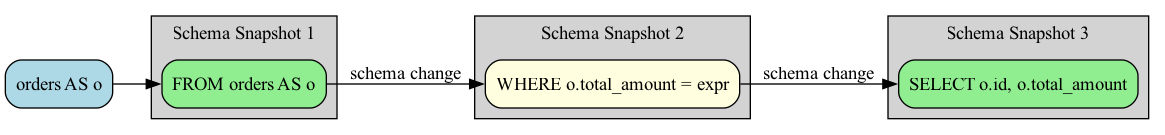
Earlier version of the Graphviz export examples/subquery_scalar_schema.png (rot1024/sqloflow). Its source is kept beside it as examples/subquery_scalar_schema.dot. The source it was exported from:
```dot
digraph sqloflow {
  rankdir=LR;
  node [shape=box, style=rounded];

  node_0 [label="orders AS o", fillcolor=lightblue, style="filled,rounded"];
  subgraph cluster_0 {
    label="Schema Snapshot 1";
    style=filled;
    fillcolor=lightgray;
    node_1 [label="FROM orders AS o", fillcolor=lightgreen, style="filled,rounded"];
  }
  subgraph cluster_1 {
    label="Schema Snapshot 2";
    style=filled;
    fillcolor=lightgray;
    node_2 [label="WHERE o.total_amount = expr", fillcolor=lightyellow, style="filled,rounded"];
  }
  subgraph cluster_2 {
    label="Schema Snapshot 3";
    style=filled;
    fillcolor=lightgray;
    node_3 [label="SELECT o.id, o.total_amount", fillcolor=lightgreen, style="filled,rounded"];
  }

  node_0 -> node_1 [color=black];
  node_1 -> node_2 [color=black, label="schema change"];
  node_2 -> node_3 [color=black, label="schema change"];
}
```
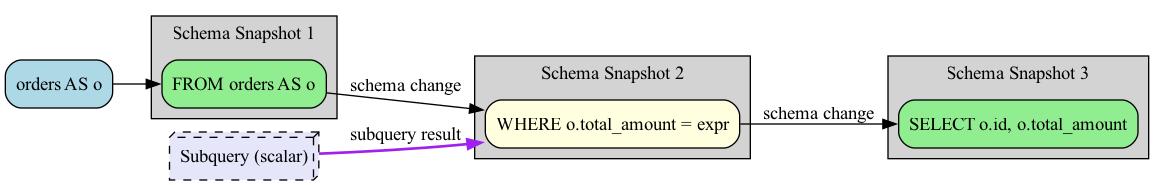
Above is the later version.

What changed in the source:
```diff
@@ -3,6 +3,7 @@
   node [shape=box, style=rounded];
 
   node_0 [label="orders AS o", fillcolor=lightblue, style="filled,rounded"];
+  node_3 [label="Subquery (scalar)", fillcolor=lavender, style="filled,rounded,dashed", shape=box3d];
   subgraph cluster_0 {
     label="Schema Snapshot 1";
     style=filled;
@@ -19,10 +20,11 @@
     label="Schema Snapshot 3";
     style=filled;
     fillcolor=lightgray;
-    node_3 [label="SELECT o.id, o.total_amount", fillcolor=lightgreen, style="filled,rounded"];
+    node_4 [label="SELECT o.id, o.total_amount", fillcolor=lightgreen, style="filled,rounded"];
   }
 
   node_0 -> node_1 [color=black];
   node_1 -> node_2 [color=black, label="schema change"];
-  node_2 -> node_3 [color=black, label="schema change"];
+  node_3 -> node_2 [color=purple, style=bold, label="subquery result"];
+  node_2 -> node_4 [color=black, label="schema change"];
 }
```
